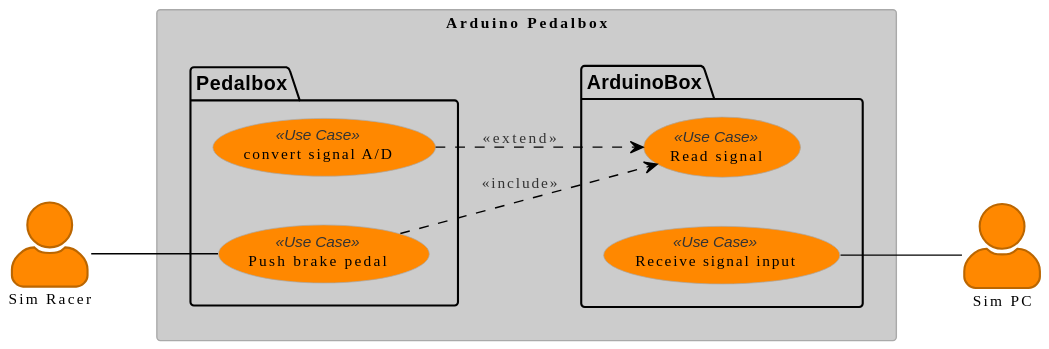
This is wiki/src/Use Case Diagram.svg from Krizsi96/Arduino-Pedalbox, a PlantUML export, as it was before one commit. Source of this version:
```plantuml
@startuml Use Case Diagram
  !define LIGHTORANGE
  !include style.puml

  skinparam actorStyle awesome
  left to right direction

  actor SimRacer as "Sim Racer"
  actor SimPC as "Sim PC"

  rectangle "Arduino Pedalbox" {
    package Pedalbox {
      usecase Brake as "Push brake pedal" <<Use Case>>
      usecase ADConvert as "convert signal A/D" <<Use Case>>
    }
    package ArduinoBox {
      usecase ReadSignal as "Read signal" <<Use Case>>
      usecase ReceiveSignal as "Receive signal input" <<Use Case>>
    }

    SimRacer -- Brake
    Brake ..> ReadSignal : <<include>>
    ADConvert ..> ReadSignal : <<extend>>
    ReceiveSignal -- SimPC
  }
@enduml
```
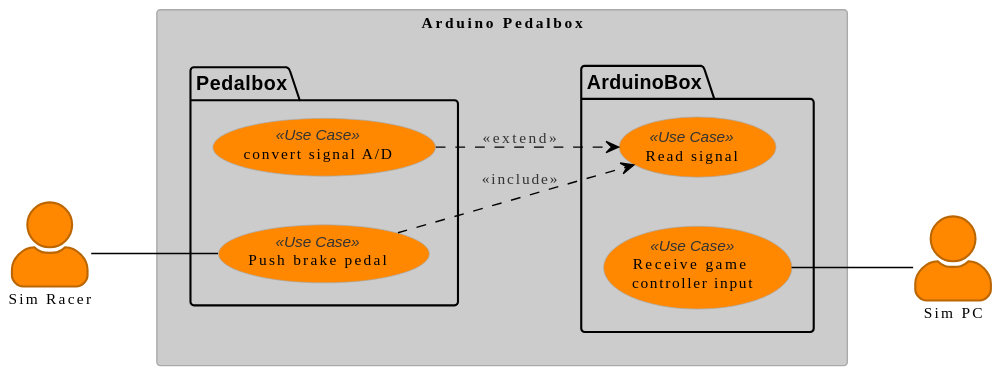
The same diagram one commit later.

Commit message:
change use case, use case diagram

The edit, as a diff of the source:
```diff
@@ -15,7 +15,7 @@
     }
     package ArduinoBox {
       usecase ReadSignal as "Read signal" <<Use Case>>
-      usecase ReceiveSignal as "Receive signal input" <<Use Case>>
+      usecase ReceiveSignal as "Receive game \ncontroller input" <<Use Case>>
     }
 
     SimRacer -- Brake
```
